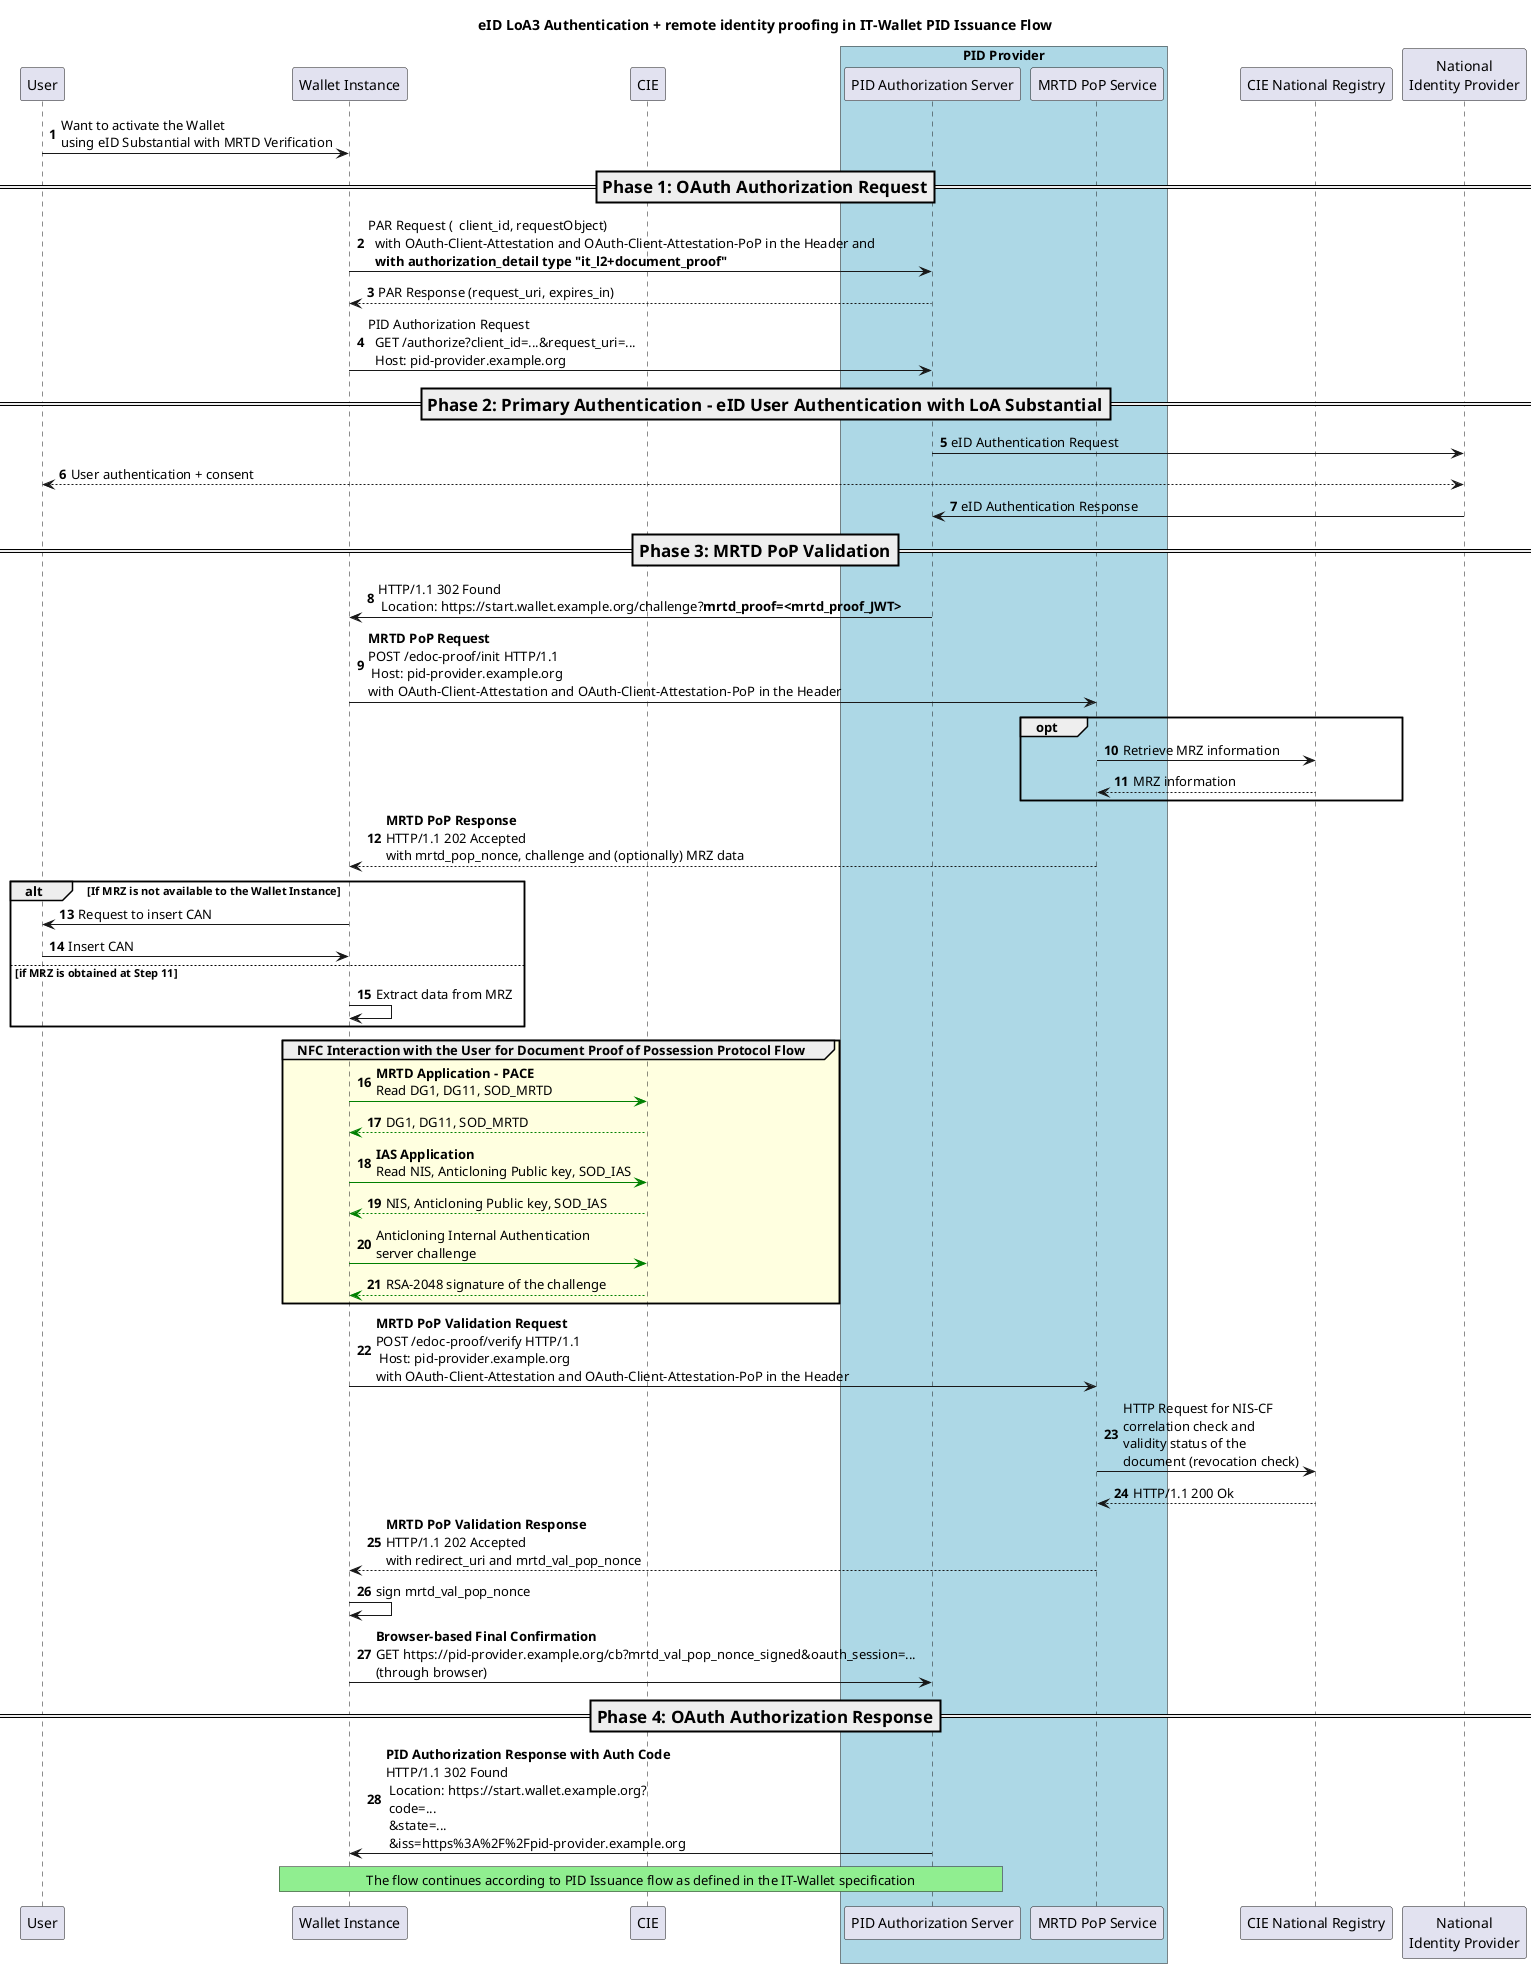
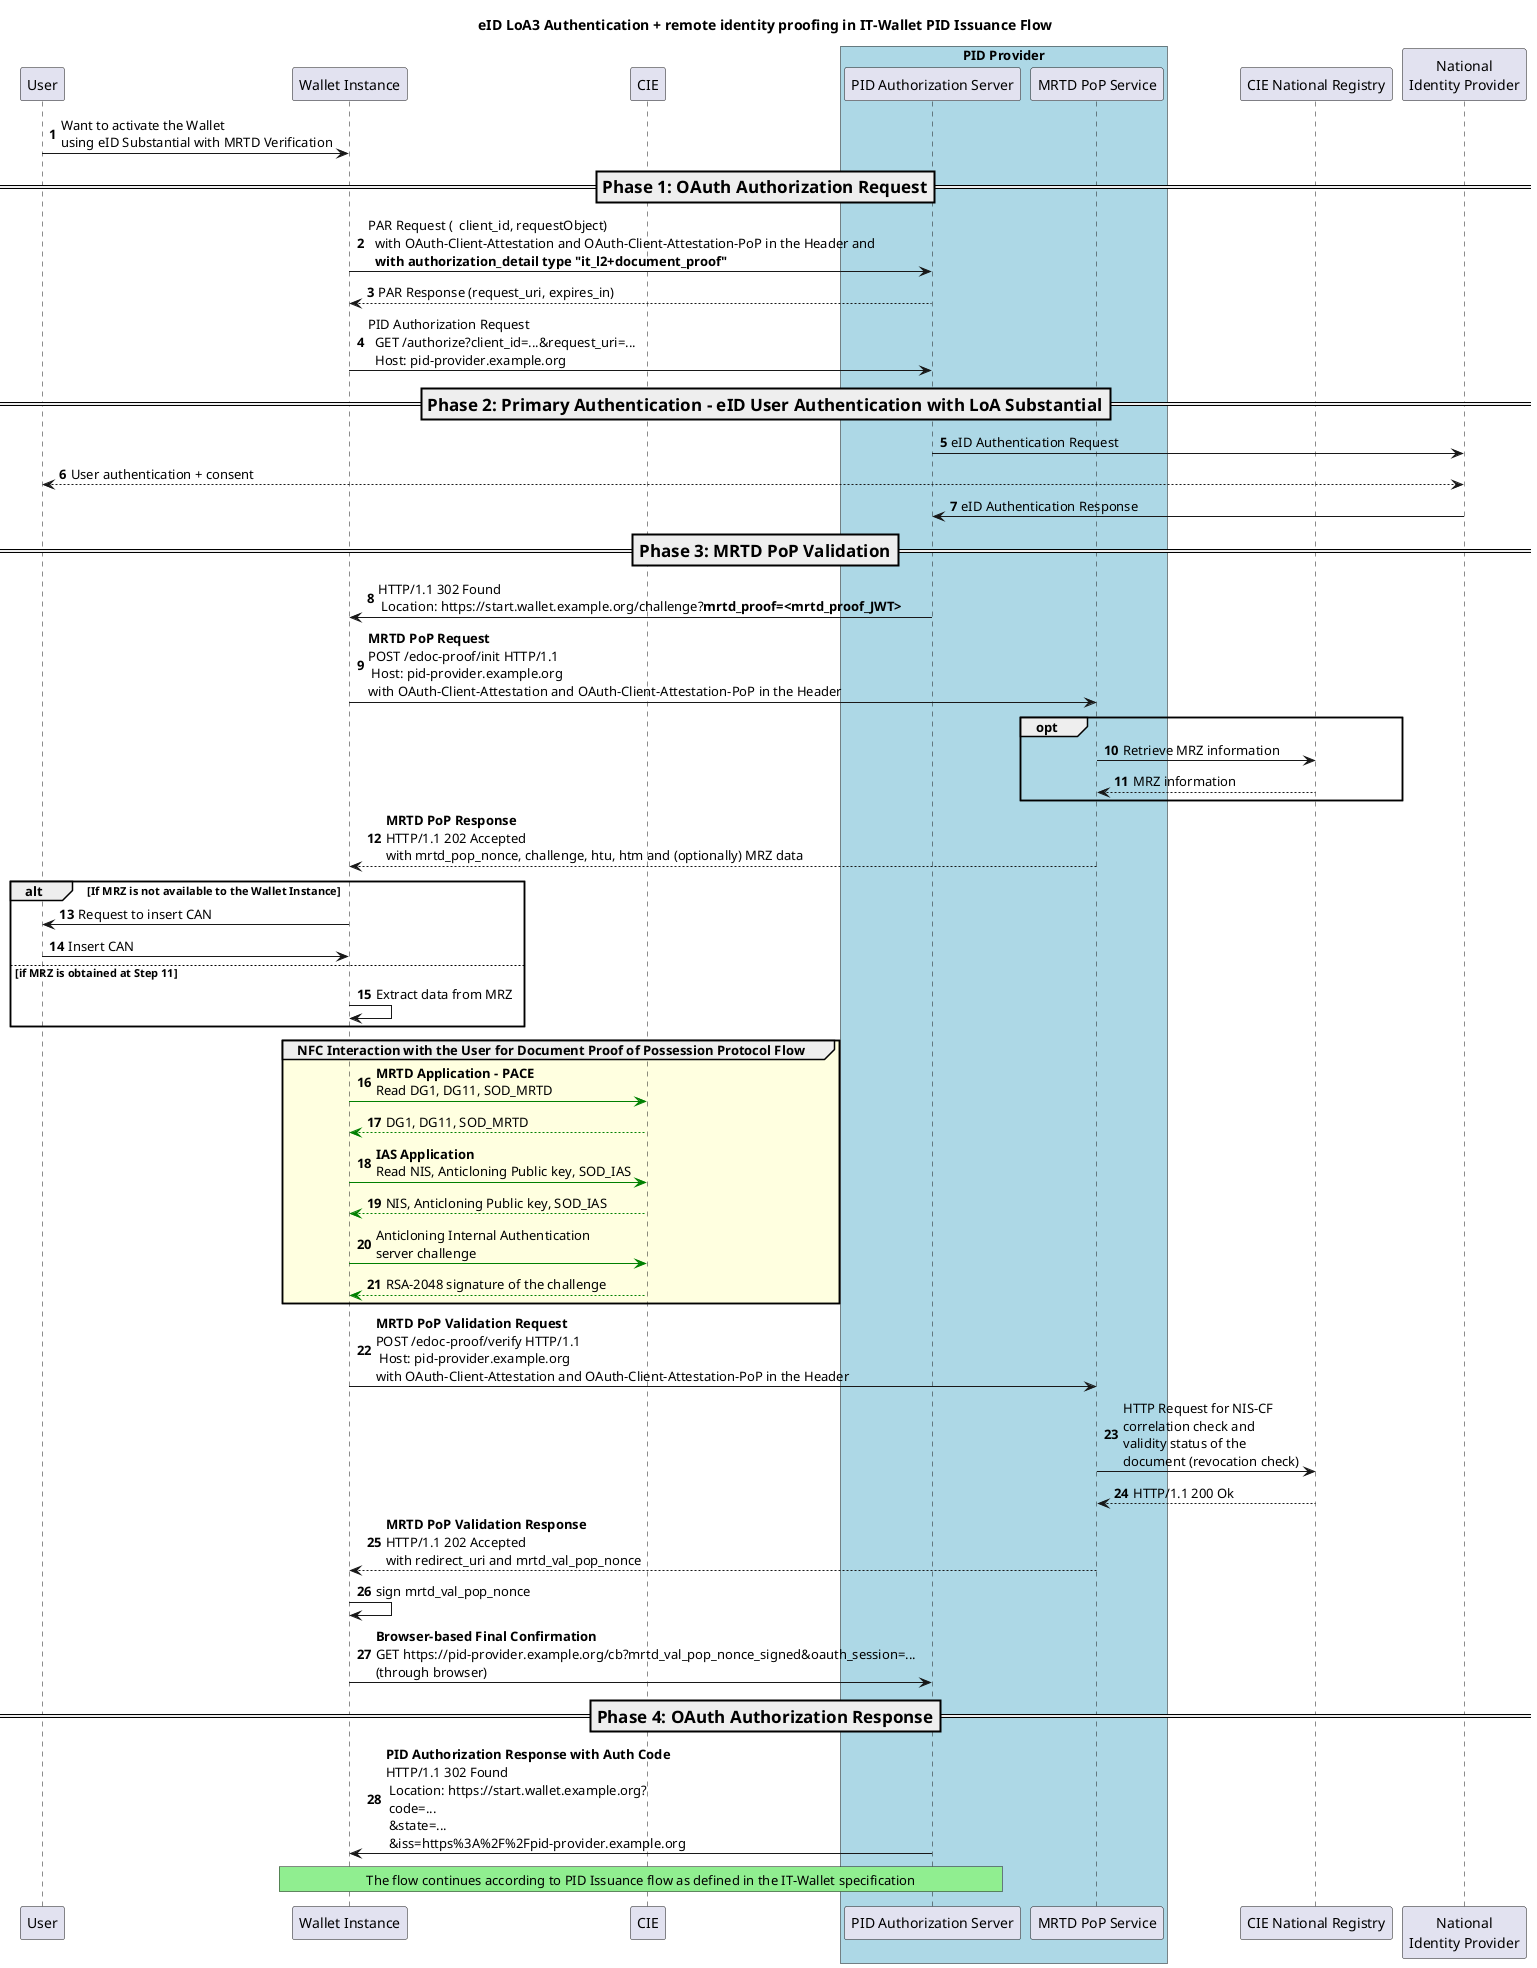
- @startuml eID LoA3 Authentication + remote identity proofing in IT-Wallet PID Issuance Flow
+ @startuml
'!theme cerulean-outline
autonumber
participant "User" as U
participant "Wallet Instance" as A
participant "CIE" as C
box  "PID Provider" #LightBlue
participant "PID Authorization Server" as AS
participant "MRTD PoP Service" as DPOPS
end box
participant "CIE National Registry" as MIN
participant "National\nIdentity Provider" as IDP


title eID LoA3 Authentication + remote identity proofing in IT-Wallet PID Issuance Flow

U -> A: Want to activate the Wallet \nusing eID Substantial with MRTD Verification

=== Phase 1: OAuth Authorization Request ==
A -> AS : PAR Request (  client_id, requestObject) \n  with OAuth-Client-Attestation and OAuth-Client-Attestation-PoP in the Header and\n  **with authorization_detail type "it_l2+document_proof"**

AS --> A : PAR Response (request_uri, expires_in)
A -> AS: PID Authorization Request \n  GET /authorize?client_id=...&request_uri=...\n  Host: pid-provider.example.org

=== Phase 2: Primary Authentication - eID User Authentication with LoA Substantial ==
AS -> IDP: eID Authentication Request
IDP <--> U: User authentication + consent
IDP -> AS: eID Authentication Response

=== Phase 3: MRTD PoP Validation ==
AS -> A: HTTP/1.1 302 Found\n Location: https://start.wallet.example.org/challenge?**mrtd_proof=<mrtd_proof_JWT>**

A -> DPOPS: **MRTD PoP Request**\nPOST /edoc-proof/init HTTP/1.1\n Host: pid-provider.example.org\nwith OAuth-Client-Attestation and OAuth-Client-Attestation-PoP in the Header

opt
    DPOPS -> MIN:  Retrieve MRZ information
    MIN --> DPOPS: MRZ information
end

- DPOPS --> A: **MRTD PoP Response**\nHTTP/1.1 202 Accepted\nwith mrtd_pop_nonce, challenge and (optionally) MRZ data
+ DPOPS --> A: **MRTD PoP Response**\nHTTP/1.1 202 Accepted\nwith mrtd_pop_nonce, challenge, htu, htm and (optionally) MRZ data

alt If MRZ is not available to the Wallet Instance
    A -> U: Request to insert CAN
    U -> A: Insert CAN
else if MRZ is obtained at Step 11
    A -> A: Extract data from MRZ
end

group #LightYellow NFC Interaction with the User for Document Proof of Possession Protocol Flow
    A -[#green]> C : **MRTD Application - PACE**\nRead DG1, DG11, SOD_MRTD
    C --[#green]> A : DG1, DG11, SOD_MRTD

    A -[#green]> C : **IAS Application**\nRead NIS, Anticloning Public key, SOD_IAS
    C --[#green]> A : NIS, Anticloning Public key, SOD_IAS
    A -[#green]> C: Anticloning Internal Authentication\nserver challenge
    C --[#green]> A : RSA-2048 signature of the challenge
end

A -> DPOPS: **MRTD PoP Validation Request**\nPOST /edoc-proof/verify HTTP/1.1\n Host: pid-provider.example.org\nwith OAuth-Client-Attestation and OAuth-Client-Attestation-PoP in the Header

DPOPS -> MIN: HTTP Request for NIS-CF \ncorrelation check and\nvalidity status of the \ndocument (revocation check)

MIN --> DPOPS: HTTP/1.1 200 Ok

DPOPS --> A: **MRTD PoP Validation Response**\nHTTP/1.1 202 Accepted\nwith redirect_uri and mrtd_val_pop_nonce

A -> A: sign mrtd_val_pop_nonce

A -> AS: **Browser-based Final Confirmation**\nGET https://pid-provider.example.org/cb?mrtd_val_pop_nonce_signed&oauth_session=...\n(through browser)

=== Phase 4: OAuth Authorization Response ==
AS -> A: **PID Authorization Response with Auth Code**\nHTTP/1.1 302 Found\n Location: https://start.wallet.example.org?\n code=...\n &state=...\n &iss=https%3A%2F%2Fpid-provider.example.org

rnote over A,AS #LIGHTGREEN
The flow continues according to PID Issuance flow as defined in the IT-Wallet specification
endrnote
@enduml